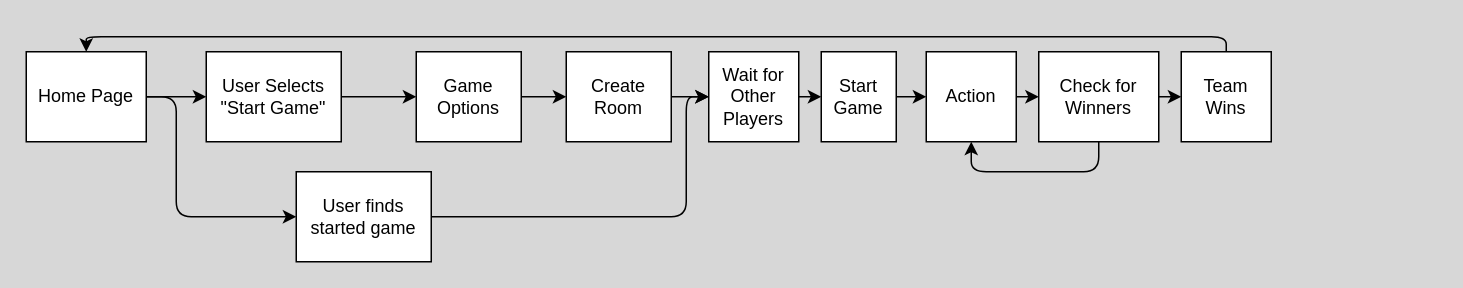
Earlier version of the draw.io diagram docs/gameFlow.drawio (JohnPBlack89/SlyDevil). Source tidied: cells renumbered, new cells numbered last; positions are measured from the earlier drawing's top-left corner, leaving out a move shared by most shapes. Both pictures are drawn from the tidied source at 150%, with x=0, y=0 at pixel (26, 51).
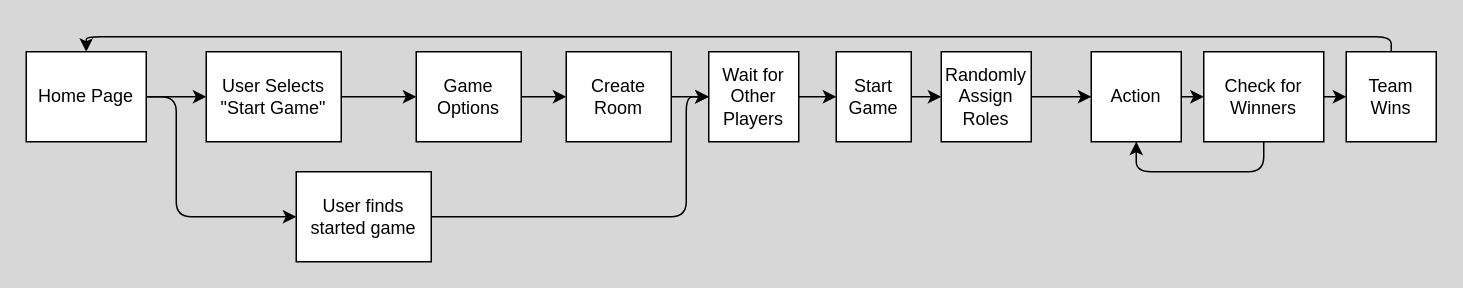
After the change.

What changed in the source:
```diff
@@
-    <mxCell id="10" style="edgeStyle=none;html=1;entryX=0;entryY=0.5;entryDx=0;entryDy=0;" parent="1" edge="1" source="11" target="20">
-      <mxGeometry x="-0.2" relative="1" as="geometry">
-        <Array as="points">
-          <mxPoint x="590" y="30" />
-        </Array>
-      </mxGeometry>
-    </mxCell>
+    <mxCell id="24" style="edgeStyle=none;html=1;" parent="1" edge="1" source="11" target="26">
+      <mxGeometry relative="1" as="geometry" />
+    </mxCell>
     <mxCell id="11" value="Start Game" style="rounded=0;whiteSpace=wrap;html=1;" parent="1" vertex="1">
-      <mxGeometry x="530" width="50" height="60" as="geometry" />
+      <mxGeometry x="540" width="50" height="60" as="geometry" />
     </mxCell>
@@
     <mxCell id="13" value="Team Wins" style="rounded=0;whiteSpace=wrap;html=1;" parent="1" vertex="1">
-      <mxGeometry x="770" width="60" height="60" as="geometry" />
+      <mxGeometry x="880" width="60" height="60" as="geometry" />
     </mxCell>
@@
     <mxCell id="20" value="Action" style="rounded=0;whiteSpace=wrap;html=1;" parent="1" vertex="1">
-      <mxGeometry x="600" width="60" height="60" as="geometry" />
+      <mxGeometry x="710" width="60" height="60" as="geometry" />
     </mxCell>
@@
     <mxCell id="22" style="edgeStyle=orthogonalEdgeStyle;html=1;exitX=0.5;exitY=1;exitDx=0;exitDy=0;entryX=0.5;entryY=1;entryDx=0;entryDy=0;" parent="1" edge="1" source="23" target="20">
       <mxGeometry x="-0.07" relative="1" as="geometry">
         <Array as="points">
-          <mxPoint x="715" y="80" />
-          <mxPoint x="630" y="80" />
+          <mxPoint x="825" y="80" />
+          <mxPoint x="740" y="80" />
         </Array>
       </mxGeometry>
     </mxCell>
     <mxCell id="23" value="Check for Winners" style="rounded=0;whiteSpace=wrap;html=1;" parent="1" vertex="1">
-      <mxGeometry x="675" width="80" height="60" as="geometry" />
+      <mxGeometry x="785" width="80" height="60" as="geometry" />
     </mxCell>
+    <mxCell id="25" style="edgeStyle=none;html=1;entryX=0;entryY=0.5;entryDx=0;entryDy=0;" parent="1" edge="1" source="26" target="20">
+      <mxGeometry relative="1" as="geometry" />
+    </mxCell>
+    <mxCell id="26" value="Randomly Assign Roles" style="rounded=0;whiteSpace=wrap;html=1;" parent="1" vertex="1">
+      <mxGeometry x="610" width="60" height="60" as="geometry" />
+    </mxCell>
```
